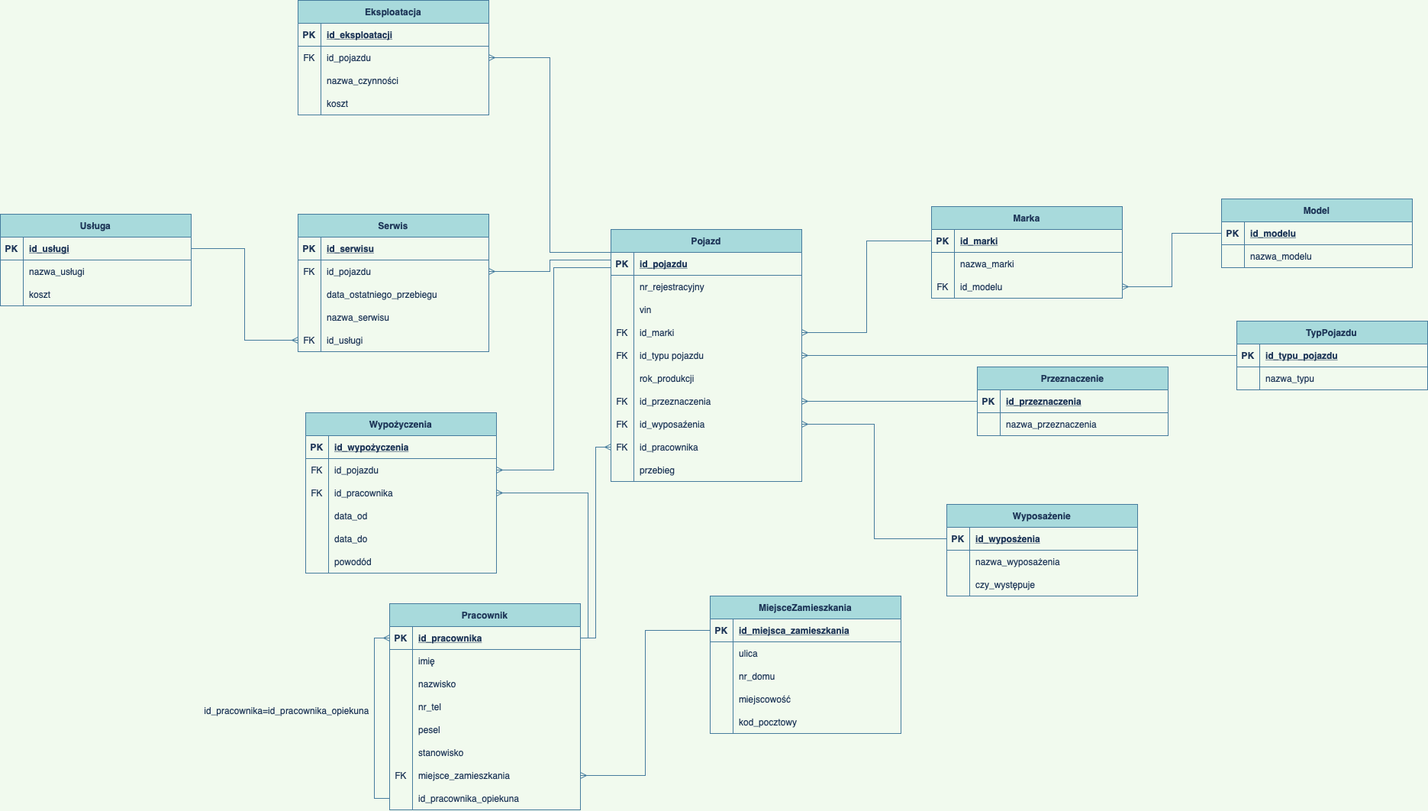
Before: Schematy/Schemat_baz_danych.png, a diagram exported from draw.io (kgrzesik/2021_BD2_s07_Grzesik). Source tidied: cells renumbered, new cells last; positions are measured from the earlier drawing's top-left corner, leaving out a move shared by most shapes.
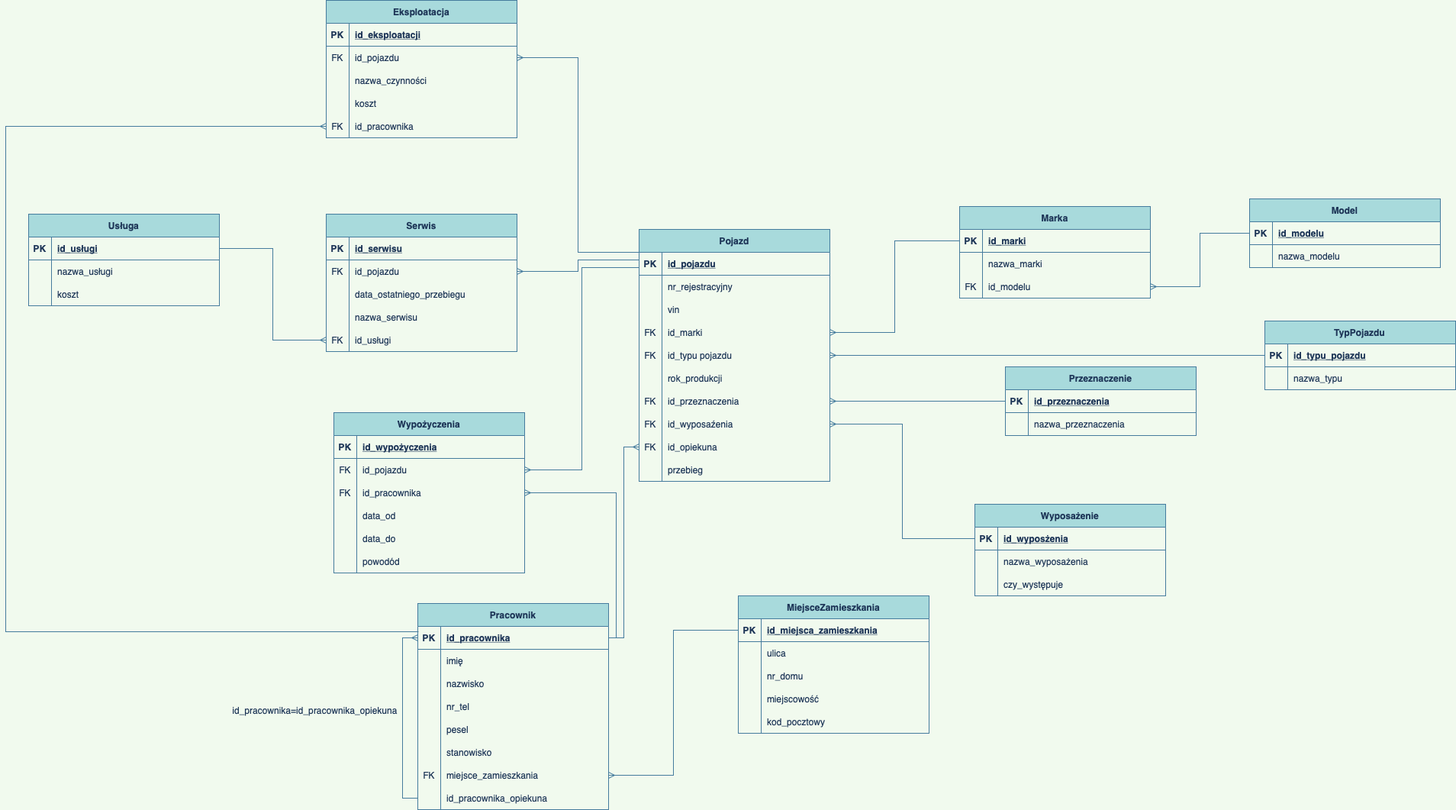
After the commit.

Diff of the diagram source:
```diff
@@ -80,7 +80,7 @@
     <mxCell id="27" value="id_wyposaźenia" style="shape=partialRectangle;overflow=hidden;fillColor=none;top=0;left=0;bottom=0;right=0;align=left;spacingLeft=6;strokeColor=#457B9D;fontColor=#1D3557;" parent="25" vertex="1">
       <mxGeometry x="30" width="220" height="30" as="geometry" />
     </mxCell>
-    <mxCell id="28" style="edgeStyle=orthogonalEdgeStyle;rounded=0;sketch=0;jettySize=auto;html=1;exitX=0;exitY=0.5;exitDx=0;exitDy=0;entryX=1;entryY=0.5;entryDx=0;entryDy=0;fontColor=#1D3557;startArrow=ERmany;startFill=0;endArrow=none;endFill=0;strokeColor=#457B9D;fillColor=#A8DADC;" parent="1" edge="1" source="29" target="79">
+    <mxCell id="28" style="edgeStyle=orthogonalEdgeStyle;rounded=0;sketch=0;jettySize=auto;html=1;exitX=0;exitY=0.5;exitDx=0;exitDy=0;entryX=1;entryY=0.5;entryDx=0;entryDy=0;fontColor=#1D3557;startArrow=ERmany;startFill=0;endArrow=none;endFill=0;strokeColor=#457B9D;fillColor=#A8DADC;labelBackgroundColor=#F1FAEE;" parent="1" edge="1" source="29" target="79">
       <mxGeometry relative="1" as="geometry" />
     </mxCell>
     <mxCell id="29" style="shape=partialRectangle;fillColor=none;points=[[0,0.5],[1,0.5]];portConstraint=eastwest;top=0;left=0;right=0;bottom=0;strokeColor=#457B9D;fontColor=#1D3557;" parent="1" vertex="1">
@@ -89,7 +89,7 @@
     <mxCell id="30" value="FK" style="shape=partialRectangle;overflow=hidden;fillColor=none;top=0;left=0;bottom=0;right=0;strokeColor=#457B9D;fontColor=#1D3557;" parent="29" vertex="1">
       <mxGeometry width="30" height="30" as="geometry" />
     </mxCell>
-    <mxCell id="31" value="id_pracownika" style="shape=partialRectangle;overflow=hidden;fillColor=none;top=0;left=0;bottom=0;right=0;align=left;spacingLeft=6;strokeColor=#457B9D;fontColor=#1D3557;" parent="29" vertex="1">
+    <mxCell id="31" value="id_opiekuna" style="shape=partialRectangle;overflow=hidden;fillColor=none;top=0;left=0;bottom=0;right=0;align=left;spacingLeft=6;strokeColor=#457B9D;fontColor=#1D3557;" parent="29" vertex="1">
       <mxGeometry x="30" width="220" height="30" as="geometry" />
     </mxCell>
     <mxCell id="32" value="Wyposażenie" style="shape=table;startSize=30;rowLines=0;fontStyle=1;align=center;fillColor=#A8DADC;strokeColor=#457B9D;fontColor=#1D3557;" parent="1" vertex="1">
@@ -284,7 +284,7 @@
     <mxCell id="95" value="stanowisko" style="shape=partialRectangle;overflow=hidden;fillColor=none;top=0;left=0;bottom=0;right=0;align=left;spacingLeft=6;strokeColor=#457B9D;fontColor=#1D3557;" parent="93" vertex="1">
       <mxGeometry x="30" width="220" height="30" as="geometry" />
     </mxCell>
-    <mxCell id="96" style="edgeStyle=orthogonalEdgeStyle;sketch=0;jettySize=auto;html=1;exitX=1;exitY=0.5;exitDx=0;exitDy=0;entryX=0;entryY=0.5;entryDx=0;entryDy=0;fontColor=#1D3557;startArrow=ERmany;startFill=0;endArrow=none;endFill=0;strokeColor=#457B9D;fillColor=#A8DADC;rounded=0;" parent="1" edge="1" source="97" target="105">
+    <mxCell id="96" style="edgeStyle=orthogonalEdgeStyle;sketch=0;jettySize=auto;html=1;exitX=1;exitY=0.5;exitDx=0;exitDy=0;entryX=0;entryY=0.5;entryDx=0;entryDy=0;fontColor=#1D3557;startArrow=ERmany;startFill=0;endArrow=none;endFill=0;strokeColor=#457B9D;fillColor=#A8DADC;rounded=0;labelBackgroundColor=#F1FAEE;" parent="1" edge="1" source="97" target="105">
       <mxGeometry relative="1" as="geometry" />
     </mxCell>
     <mxCell id="97" style="shape=partialRectangle;fillColor=none;points=[[0,0.5],[1,0.5]];portConstraint=eastwest;top=0;left=0;right=0;bottom=0;strokeColor=#457B9D;fontColor=#1D3557;" parent="1" vertex="1">
@@ -302,7 +302,7 @@
     <mxCell id="101" value="id_pracownika_opiekuna" style="shape=partialRectangle;overflow=hidden;fillColor=none;top=0;left=0;bottom=0;right=0;align=left;spacingLeft=6;strokeColor=#457B9D;fontColor=#1D3557;" parent="100" vertex="1">
       <mxGeometry x="30" width="220" height="30" as="geometry" />
     </mxCell>
-    <mxCell id="102" style="edgeStyle=orthogonalEdgeStyle;rounded=0;sketch=0;jettySize=auto;html=1;exitX=0;exitY=0.5;exitDx=0;exitDy=0;entryX=0;entryY=0.5;entryDx=0;entryDy=0;fontColor=#1D3557;strokeColor=#457B9D;fillColor=#A8DADC;startArrow=ERmany;startFill=0;endArrow=none;endFill=0;" parent="1" edge="1" source="79" target="100">
+    <mxCell id="102" style="edgeStyle=orthogonalEdgeStyle;rounded=0;sketch=0;jettySize=auto;html=1;exitX=0;exitY=0.5;exitDx=0;exitDy=0;entryX=0;entryY=0.5;entryDx=0;entryDy=0;fontColor=#1D3557;strokeColor=#457B9D;fillColor=#A8DADC;startArrow=ERmany;startFill=0;endArrow=none;endFill=0;labelBackgroundColor=#F1FAEE;" parent="1" edge="1" source="79" target="100">
       <mxGeometry relative="1" as="geometry" />
     </mxCell>
     <mxCell id="103" value="id_pracownika=id_pracownika_opiekuna" style="text;html=1;align=center;verticalAlign=middle;strokeColor=none;fillColor=none;fontColor=#1D3557;" parent="1" vertex="1">
@@ -374,7 +374,7 @@
     <mxCell id="125" value="id_pojazdu" style="shape=partialRectangle;overflow=hidden;fillColor=none;top=0;left=0;bottom=0;right=0;align=left;spacingLeft=6;strokeColor=#457B9D;fontColor=#1D3557;" parent="123" vertex="1">
       <mxGeometry x="30" width="220" height="30" as="geometry" />
     </mxCell>
-    <mxCell id="126" style="edgeStyle=orthogonalEdgeStyle;rounded=0;sketch=0;jettySize=auto;html=1;exitX=1;exitY=0.5;exitDx=0;exitDy=0;entryX=1;entryY=0.5;entryDx=0;entryDy=0;fontColor=#1D3557;startArrow=ERmany;startFill=0;endArrow=none;endFill=0;strokeColor=#457B9D;fillColor=#A8DADC;" parent="1" edge="1" source="127" target="79">
+    <mxCell id="126" style="edgeStyle=orthogonalEdgeStyle;rounded=0;sketch=0;jettySize=auto;html=1;exitX=1;exitY=0.5;exitDx=0;exitDy=0;entryX=1;entryY=0.5;entryDx=0;entryDy=0;fontColor=#1D3557;startArrow=ERmany;startFill=0;endArrow=none;endFill=0;strokeColor=#457B9D;fillColor=#A8DADC;labelBackgroundColor=#F1FAEE;" parent="1" edge="1" source="127" target="79">
       <mxGeometry relative="1" as="geometry">
         <Array as="points">
           <mxPoint x="770" y="645" />
@@ -415,7 +415,7 @@
     <mxCell id="137" value="powodód" style="shape=partialRectangle;overflow=hidden;fillColor=none;top=0;left=0;bottom=0;right=0;align=left;spacingLeft=6;strokeColor=#457B9D;fontColor=#1D3557;" parent="135" vertex="1">
       <mxGeometry x="30" width="220" height="30" as="geometry" />
     </mxCell>
-    <mxCell id="138" style="edgeStyle=orthogonalEdgeStyle;rounded=0;sketch=0;jettySize=auto;html=1;exitX=1;exitY=0.5;exitDx=0;exitDy=0;entryX=0;entryY=0.5;entryDx=0;entryDy=0;fontColor=#1D3557;startArrow=ERmany;startFill=0;endArrow=none;endFill=0;strokeColor=#457B9D;fillColor=#A8DADC;" parent="1" edge="1" source="123" target="3">
+    <mxCell id="138" style="edgeStyle=orthogonalEdgeStyle;rounded=0;sketch=0;jettySize=auto;html=1;exitX=1;exitY=0.5;exitDx=0;exitDy=0;entryX=0;entryY=0.5;entryDx=0;entryDy=0;fontColor=#1D3557;startArrow=ERmany;startFill=0;endArrow=none;endFill=0;strokeColor=#457B9D;fillColor=#A8DADC;labelBackgroundColor=#F1FAEE;" parent="1" edge="1" source="123" target="3">
       <mxGeometry relative="1" as="geometry">
         <Array as="points">
           <mxPoint x="725" y="615" />
@@ -425,7 +425,7 @@
       </mxGeometry>
     </mxCell>
     <mxCell id="139" value="Eksploatacja" style="shape=table;startSize=30;rowLines=0;fontStyle=1;align=center;fillColor=#A8DADC;strokeColor=#457B9D;fontColor=#1D3557;" parent="1" vertex="1">
-      <mxGeometry x="390" width="250" height="150" as="geometry" />
+      <mxGeometry x="390" width="250" height="180" as="geometry" />
     </mxCell>
     <mxCell id="140" style="shape=partialRectangle;fillColor=none;top=0;left=0;right=0;bottom=1;strokeColor=#457B9D;fontColor=#1D3557;" parent="139" vertex="1">
       <mxGeometry y="30" width="250" height="30" as="geometry" />
@@ -469,7 +469,7 @@
     <mxCell id="153" value="przebieg" style="shape=partialRectangle;overflow=hidden;fillColor=none;top=0;left=0;bottom=0;right=0;align=left;spacingLeft=6;strokeColor=#457B9D;fontColor=#1D3557;" parent="151" vertex="1">
       <mxGeometry x="30" width="220" height="30" as="geometry" />
     </mxCell>
-    <mxCell id="154" style="edgeStyle=orthogonalEdgeStyle;rounded=0;sketch=0;jettySize=auto;html=1;exitX=1;exitY=0.5;exitDx=0;exitDy=0;entryX=0;entryY=0.5;entryDx=0;entryDy=0;fontColor=#1D3557;startArrow=ERmany;startFill=0;endArrow=none;endFill=0;strokeColor=#457B9D;fillColor=#A8DADC;" parent="1" edge="1" source="143" target="3">
+    <mxCell id="154" style="edgeStyle=orthogonalEdgeStyle;rounded=0;sketch=0;jettySize=auto;html=1;exitX=1;exitY=0.5;exitDx=0;exitDy=0;entryX=0;entryY=0.5;entryDx=0;entryDy=0;fontColor=#1D3557;startArrow=ERmany;startFill=0;endArrow=none;endFill=0;strokeColor=#457B9D;fillColor=#A8DADC;labelBackgroundColor=#F1FAEE;" parent="1" edge="1" source="143" target="3">
       <mxGeometry relative="1" as="geometry">
         <Array as="points">
           <mxPoint x="720" y="75" />
@@ -514,7 +514,7 @@
     <mxCell id="166" value="nazwa_serwisu" style="shape=partialRectangle;overflow=hidden;fillColor=none;top=0;left=0;bottom=0;right=0;align=left;spacingLeft=6;strokeColor=#457B9D;fontColor=#1D3557;" parent="165" vertex="1">
       <mxGeometry x="30" width="220" height="30" as="geometry" />
     </mxCell>
-    <mxCell id="167" style="edgeStyle=orthogonalEdgeStyle;rounded=0;sketch=0;jettySize=auto;html=1;exitX=0;exitY=0.5;exitDx=0;exitDy=0;entryX=1;entryY=0.5;entryDx=0;entryDy=0;fontColor=#1D3557;startArrow=ERmany;startFill=0;endArrow=none;endFill=0;strokeColor=#457B9D;fillColor=#A8DADC;" parent="1" edge="1" source="168" target="172">
+    <mxCell id="167" style="edgeStyle=orthogonalEdgeStyle;rounded=0;sketch=0;jettySize=auto;html=1;exitX=0;exitY=0.5;exitDx=0;exitDy=0;entryX=1;entryY=0.5;entryDx=0;entryDy=0;fontColor=#1D3557;startArrow=ERmany;startFill=0;endArrow=none;endFill=0;strokeColor=#457B9D;fillColor=#A8DADC;labelBackgroundColor=#F1FAEE;" parent="1" edge="1" source="168" target="172">
       <mxGeometry relative="1" as="geometry" />
     </mxCell>
     <mxCell id="168" style="shape=partialRectangle;fillColor=none;points=[[0,0.5],[1,0.5]];portConstraint=eastwest;top=0;left=0;right=0;bottom=0;strokeColor=#457B9D;fontColor=#1D3557;" parent="1" vertex="1">
@@ -553,7 +553,7 @@
     <mxCell id="179" value="koszt" style="shape=partialRectangle;overflow=hidden;fillColor=none;top=0;left=0;bottom=0;right=0;align=left;spacingLeft=6;strokeColor=#457B9D;fontColor=#1D3557;" parent="178" vertex="1">
       <mxGeometry x="30" width="220" height="30" as="geometry" />
     </mxCell>
-    <mxCell id="180" style="edgeStyle=orthogonalEdgeStyle;rounded=0;sketch=0;jettySize=auto;html=1;exitX=1;exitY=0.5;exitDx=0;exitDy=0;fontColor=#1D3557;startArrow=ERmany;startFill=0;endArrow=none;endFill=0;strokeColor=#457B9D;fillColor=#A8DADC;" parent="1" edge="1" source="159">
+    <mxCell id="180" style="edgeStyle=orthogonalEdgeStyle;rounded=0;sketch=0;jettySize=auto;html=1;exitX=1;exitY=0.5;exitDx=0;exitDy=0;fontColor=#1D3557;startArrow=ERmany;startFill=0;endArrow=none;endFill=0;strokeColor=#457B9D;fillColor=#A8DADC;labelBackgroundColor=#F1FAEE;" parent="1" edge="1" source="159">
       <mxGeometry relative="1" as="geometry">
         <mxPoint x="800" y="340" as="targetPoint" />
         <Array as="points">
@@ -562,5 +562,22 @@
         </Array>
       </mxGeometry>
     </mxCell>
+    <mxCell id="181" style="edgeStyle=orthogonalEdgeStyle;rounded=0;jettySize=auto;html=1;exitX=0;exitY=0.5;exitDx=0;exitDy=0;entryX=0.004;entryY=0.233;entryDx=0;entryDy=0;entryPerimeter=0;startArrow=ERmany;startFill=0;endArrow=none;endFill=0;strokeColor=#457B9D;fontColor=#1D3557;labelBackgroundColor=#F1FAEE;" parent="1" edge="1" source="182" target="79">
+      <mxGeometry relative="1" as="geometry">
+        <Array as="points">
+          <mxPoint x="-30" y="165" />
+          <mxPoint x="-30" y="827" />
+        </Array>
+      </mxGeometry>
+    </mxCell>
+    <mxCell id="182" style="shape=partialRectangle;fillColor=none;points=[[0,0.5],[1,0.5]];portConstraint=eastwest;top=0;left=0;right=0;bottom=0;strokeColor=#457B9D;fontColor=#1D3557;" parent="1" vertex="1">
+      <mxGeometry x="390" y="150" width="250" height="30" as="geometry" />
+    </mxCell>
+    <mxCell id="183" value="FK" style="shape=partialRectangle;overflow=hidden;fillColor=none;top=0;left=0;bottom=0;right=0;strokeColor=#457B9D;fontColor=#1D3557;" parent="182" vertex="1">
+      <mxGeometry width="30" height="30" as="geometry" />
+    </mxCell>
+    <mxCell id="184" value="id_pracownika" style="shape=partialRectangle;overflow=hidden;fillColor=none;top=0;left=0;bottom=0;right=0;align=left;spacingLeft=6;strokeColor=#457B9D;fontColor=#1D3557;" parent="182" vertex="1">
+      <mxGeometry x="30" width="220" height="30" as="geometry" />
+    </mxCell>
   </root>
 </mxGraphModel>
```
